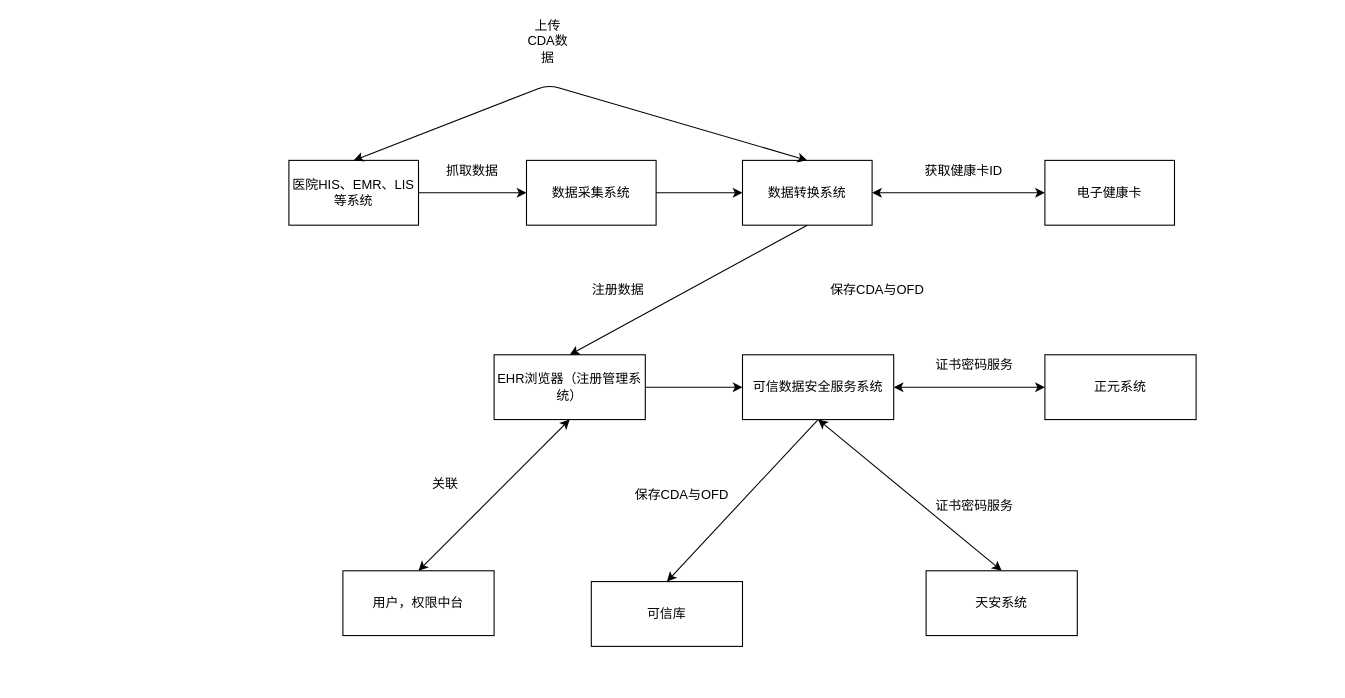
Earlier version of the draw.io diagram page "完整流程" (2 of 3) of source/易惠-加密一体机接口调阅流程.drawio (SmileCJX/processon). Source tidied: cells renumbered, new cells numbered last; positions are measured from the earlier drawing's top-left corner, leaving out a move shared by most shapes. Both pictures are drawn from the tidied source at 108%, with x=0, y=0 at pixel (288, 30).
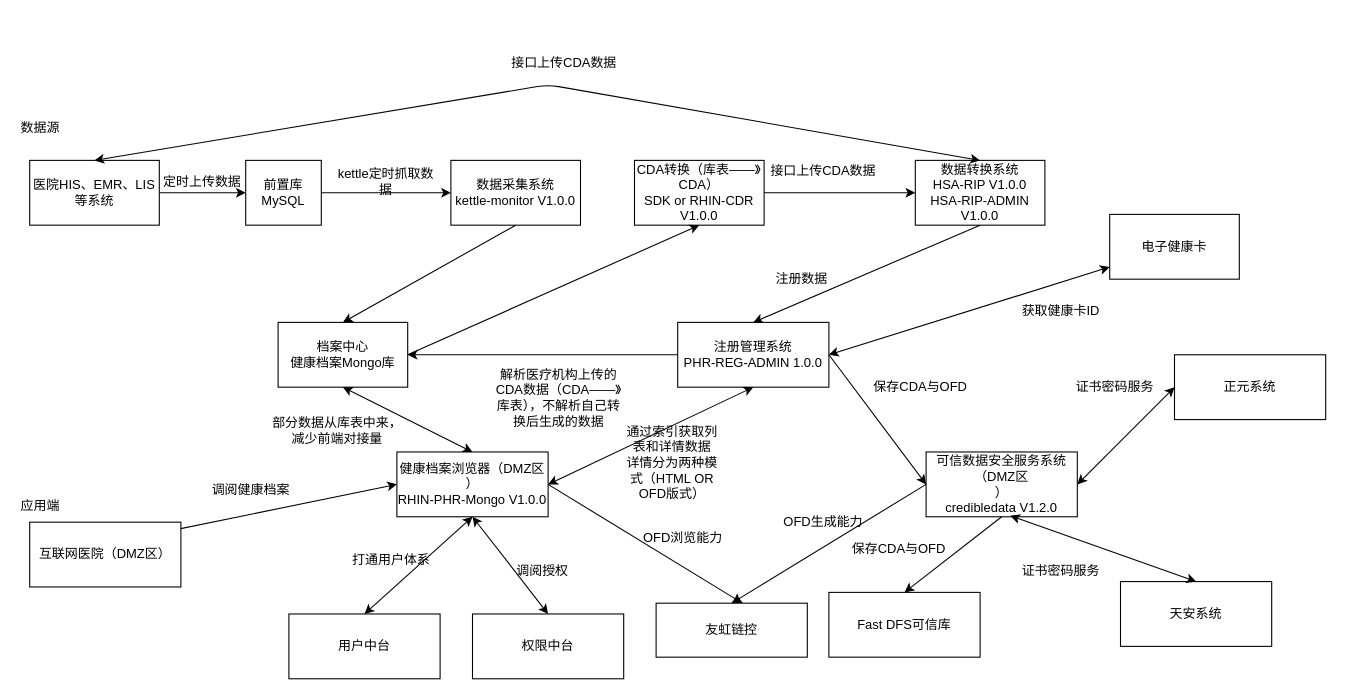
After the change.

What changed in the source:
```diff
@@
     <mxCell id="2" value="医院HIS、EMR、LIS等系统" style="rounded=0;whiteSpace=wrap;html=1;" parent="1" vertex="1">
-      <mxGeometry y="120" width="120" height="60" as="geometry" />
+      <mxGeometry x="-240" y="120" width="120" height="60" as="geometry" />
     </mxCell>
-    <mxCell id="3" value="数据采集系统" style="rounded=0;whiteSpace=wrap;html=1;" parent="1" vertex="1">
-      <mxGeometry x="220" y="120" width="120" height="60" as="geometry" />
+    <mxCell id="3" value="数据采集系统&lt;br&gt;kettle-monitor V1.0.0" style="rounded=0;whiteSpace=wrap;html=1;" parent="1" vertex="1">
+      <mxGeometry x="150" y="120" width="120" height="60" as="geometry" />
     </mxCell>
-    <mxCell id="4" value="数据转换系统" style="rounded=0;whiteSpace=wrap;html=1;" parent="1" vertex="1">
-      <mxGeometry x="420" y="120" width="120" height="60" as="geometry" />
+    <mxCell id="4" value="数据转换系统&lt;br&gt;HSA-RIP V1.0.0&lt;br&gt;HSA-RIP-ADMIN V1.0.0" style="rounded=0;whiteSpace=wrap;html=1;" parent="1" vertex="1">
+      <mxGeometry x="580" y="120" width="120" height="60" as="geometry" />
     </mxCell>
-    <mxCell id="5" style="endArrow=classic;html=1;exitX=1;exitY=0.5;exitDx=0;exitDy=0;entryX=0;entryY=0.5;entryDx=0;entryDy=0;" parent="1" edge="1" source="2" target="3">
+    <mxCell id="5" style="endArrow=classic;html=1;exitX=1;exitY=0.5;exitDx=0;exitDy=0;entryX=0;entryY=0.5;entryDx=0;entryDy=0;" parent="1" edge="1" source="2" target="45">
       <mxGeometry relative="1" as="geometry" />
     </mxCell>
-    <mxCell id="6" value="抓取数据" style="text;html=1;strokeColor=none;fillColor=none;align=center;verticalAlign=middle;whiteSpace=wrap;rounded=0;" parent="1" vertex="1">
-      <mxGeometry x="140" y="120" width="60" height="20" as="geometry" />
+    <mxCell id="6" value="kettle定时抓取数据" style="text;html=1;strokeColor=none;fillColor=none;align=center;verticalAlign=middle;whiteSpace=wrap;rounded=0;" parent="1" vertex="1">
+      <mxGeometry x="40" y="130" width="100" height="20" as="geometry" />
     </mxCell>
-    <mxCell id="7" style="endArrow=classic;html=1;exitX=1;exitY=0.5;exitDx=0;exitDy=0;entryX=0;entryY=0.5;entryDx=0;entryDy=0;" parent="1" edge="1" source="3" target="4">
+    <mxCell id="7" style="endArrow=classic;html=1;exitX=1;exitY=0.5;exitDx=0;exitDy=0;entryX=0;entryY=0.5;entryDx=0;entryDy=0;" parent="1" edge="1" source="32" target="4">
       <mxGeometry relative="1" as="geometry" />
     </mxCell>
-    <mxCell id="8" value="上传CDA数据" style="text;html=1;strokeColor=none;fillColor=none;align=center;verticalAlign=middle;whiteSpace=wrap;rounded=0;" parent="1" vertex="1">
-      <mxGeometry x="220" width="40" height="20" as="geometry" />
+    <mxCell id="8" value="接口上传CDA数据" style="text;html=1;strokeColor=none;fillColor=none;align=center;verticalAlign=middle;whiteSpace=wrap;rounded=0;" parent="1" vertex="1">
+      <mxGeometry x="190" y="20" width="130" height="20" as="geometry" />
     </mxCell>
@@
     <mxCell id="10" value="电子健康卡" style="rounded=0;whiteSpace=wrap;html=1;" parent="1" vertex="1">
-      <mxGeometry x="700" y="120" width="120" height="60" as="geometry" />
+      <mxGeometry x="760" y="170" width="120" height="60" as="geometry" />
     </mxCell>
-    <mxCell id="11" style="endArrow=classic;startArrow=classic;html=1;exitX=1;exitY=0.5;exitDx=0;exitDy=0;" parent="1" edge="1" source="4" target="10">
-      <mxGeometry relative="1" as="geometry" />
+    <mxCell id="11" style="endArrow=classic;startArrow=classic;html=1;" parent="1" edge="1" target="10">
+      <mxGeometry relative="1" as="geometry">
+        <mxPoint x="500" y="300" as="sourcePoint" />
+      </mxGeometry>
     </mxCell>
     <mxCell id="12" value="获取健康卡ID" style="text;html=1;strokeColor=none;fillColor=none;align=center;verticalAlign=middle;whiteSpace=wrap;rounded=0;" parent="1" vertex="1">
-      <mxGeometry x="580" y="120" width="90" height="20" as="geometry" />
+      <mxGeometry x="670" y="250" width="90" height="20" as="geometry" />
     </mxCell>
-    <mxCell id="13" value="可信数据安全服务系统" style="rounded=0;whiteSpace=wrap;html=1;" parent="1" vertex="1">
-      <mxGeometry x="420" y="300" width="140" height="60" as="geometry" />
+    <mxCell id="13" value="可信数据安全服务系统（DMZ区&lt;br&gt;）&lt;br&gt;credibledata V1.2.0" style="rounded=0;whiteSpace=wrap;html=1;" parent="1" vertex="1">
+      <mxGeometry x="590" y="390" width="140" height="60" as="geometry" />
     </mxCell>
-    <mxCell id="14" value="EHR浏览器（注册管理系统）" style="rounded=0;whiteSpace=wrap;html=1;" parent="1" vertex="1">
-      <mxGeometry x="190" y="300" width="140" height="60" as="geometry" />
+    <mxCell id="14" value="注册管理系统&lt;br&gt;PHR-REG-ADMIN 1.0.0" style="rounded=0;whiteSpace=wrap;html=1;" parent="1" vertex="1">
+      <mxGeometry x="360" y="270" width="140" height="60" as="geometry" />
     </mxCell>
@@
     <mxCell id="17" value="注册数据" style="text;html=1;strokeColor=none;fillColor=none;align=center;verticalAlign=middle;whiteSpace=wrap;rounded=0;" parent="1" vertex="1">
-      <mxGeometry x="260" y="230" width="90" height="20" as="geometry" />
+      <mxGeometry x="430" y="220" width="90" height="20" as="geometry" />
     </mxCell>
-    <mxCell id="18" value="保存CDA与OFD" style="text;html=1;strokeColor=none;fillColor=none;align=center;verticalAlign=middle;whiteSpace=wrap;rounded=0;" parent="1" vertex="1">
-      <mxGeometry x="500" y="230" width="90" height="20" as="geometry" />
-    </mxCell>
     <mxCell id="19" value="正元系统" style="rounded=0;whiteSpace=wrap;html=1;" parent="1" vertex="1">
-      <mxGeometry x="700" y="300" width="140" height="60" as="geometry" />
+      <mxGeometry x="820" y="300" width="140" height="60" as="geometry" />
     </mxCell>
@@
-    <mxCell id="21" value="可信库" style="rounded=0;whiteSpace=wrap;html=1;" parent="1" vertex="1">
-      <mxGeometry x="280" y="510" width="140" height="60" as="geometry" />
+    <mxCell id="21" value="Fast DFS可信库" style="rounded=0;whiteSpace=wrap;html=1;" parent="1" vertex="1">
+      <mxGeometry x="500" y="520" width="140" height="60" as="geometry" />
     </mxCell>
@@
     <mxCell id="23" value="天安系统" style="rounded=0;whiteSpace=wrap;html=1;" parent="1" vertex="1">
-      <mxGeometry x="590" y="500" width="140" height="60" as="geometry" />
+      <mxGeometry x="770" y="510" width="140" height="60" as="geometry" />
     </mxCell>
-    <mxCell id="24" style="endArrow=classic;startArrow=classic;html=1;exitX=0.5;exitY=0;exitDx=0;exitDy=0;" parent="1" edge="1" source="23">
-      <mxGeometry relative="1" as="geometry">
-        <mxPoint x="490" y="360" as="targetPoint" />
-      </mxGeometry>
+    <mxCell id="24" style="endArrow=classic;startArrow=classic;html=1;exitX=0.5;exitY=0;exitDx=0;exitDy=0;entryX=0.557;entryY=0.983;entryDx=0;entryDy=0;entryPerimeter=0;" parent="1" edge="1" source="23" target="13">
+      <mxGeometry relative="1" as="geometry" />
     </mxCell>
     <mxCell id="25" value="保存CDA与OFD" style="text;html=1;strokeColor=none;fillColor=none;align=center;verticalAlign=middle;whiteSpace=wrap;rounded=0;" parent="1" vertex="1">
-      <mxGeometry x="319" y="420" width="90" height="20" as="geometry" />
+      <mxGeometry x="540" y="320" width="90" height="20" as="geometry" />
     </mxCell>
     <mxCell id="26" value="证书密码服务" style="text;html=1;strokeColor=none;fillColor=none;align=center;verticalAlign=middle;whiteSpace=wrap;rounded=0;" parent="1" vertex="1">
-      <mxGeometry x="590" y="430" width="90" height="20" as="geometry" />
+      <mxGeometry x="670" y="490" width="90" height="20" as="geometry" />
     </mxCell>
-    <mxCell id="27" value="用户，权限中台" style="rounded=0;whiteSpace=wrap;html=1;" parent="1" vertex="1">
-      <mxGeometry x="50" y="500" width="140" height="60" as="geometry" />
+    <mxCell id="27" value="用户中台" style="rounded=0;whiteSpace=wrap;html=1;" parent="1" vertex="1">
+      <mxGeometry y="540" width="140" height="60" as="geometry" />
     </mxCell>
-    <mxCell id="28" style="endArrow=classic;startArrow=classic;html=1;exitX=0.5;exitY=0;exitDx=0;exitDy=0;entryX=0.5;entryY=1;entryDx=0;entryDy=0;" parent="1" edge="1" source="27" target="14">
+    <mxCell id="28" style="endArrow=classic;startArrow=classic;html=1;exitX=0.5;exitY=0;exitDx=0;exitDy=0;entryX=0.5;entryY=1;entryDx=0;entryDy=0;" parent="1" edge="1" source="27" target="31">
       <mxGeometry relative="1" as="geometry" />
     </mxCell>
-    <mxCell id="29" value="关联" style="text;html=1;strokeColor=none;fillColor=none;align=center;verticalAlign=middle;whiteSpace=wrap;rounded=0;" parent="1" vertex="1">
-      <mxGeometry x="100" y="410" width="90" height="20" as="geometry" />
+    <mxCell id="29" value="打通用户体系" style="text;html=1;strokeColor=none;fillColor=none;align=center;verticalAlign=middle;whiteSpace=wrap;rounded=0;" parent="1" vertex="1">
+      <mxGeometry x="50" y="480" width="90" height="20" as="geometry" />
     </mxCell>
     <mxCell id="30" value="证书密码服务" style="text;html=1;strokeColor=none;fillColor=none;align=center;verticalAlign=middle;whiteSpace=wrap;rounded=0;" parent="1" vertex="1">
-      <mxGeometry x="590" y="300" width="90" height="20" as="geometry" />
+      <mxGeometry x="720" y="320" width="90" height="20" as="geometry" />
     </mxCell>
+    <mxCell id="31" value="健康档案浏览器（DMZ区&lt;br&gt;）&lt;br&gt;RHIN-PHR-Mongo V1.0.0" style="rounded=0;whiteSpace=wrap;html=1;" parent="1" vertex="1">
+      <mxGeometry x="100" y="390" width="140" height="60" as="geometry" />
+    </mxCell>
+    <mxCell id="32" value="CDA转换（库表——》CDA）&lt;br&gt;SDK or RHIN-CDR V1.0.0" style="rounded=0;whiteSpace=wrap;html=1;" parent="1" vertex="1">
+      <mxGeometry x="320" y="120" width="120" height="60" as="geometry" />
+    </mxCell>
+    <mxCell id="33" style="endArrow=classic;html=1;exitX=0.5;exitY=1;exitDx=0;exitDy=0;entryX=0.5;entryY=0;entryDx=0;entryDy=0;" parent="1" edge="1" source="3" target="34">
+      <mxGeometry relative="1" as="geometry" />
+    </mxCell>
+    <mxCell id="34" value="档案中心&lt;br&gt;健康档案Mongo库" style="rounded=0;whiteSpace=wrap;html=1;" parent="1" vertex="1">
+      <mxGeometry x="-10" y="270" width="120" height="60" as="geometry" />
+    </mxCell>
+    <mxCell id="35" style="endArrow=classic;html=1;exitX=1;exitY=0.5;exitDx=0;exitDy=0;entryX=0.5;entryY=1;entryDx=0;entryDy=0;" parent="1" edge="1" source="34" target="32">
+      <mxGeometry relative="1" as="geometry" />
+    </mxCell>
+    <mxCell id="36" value="接口上传CDA数据" style="text;html=1;strokeColor=none;fillColor=none;align=center;verticalAlign=middle;whiteSpace=wrap;rounded=0;" parent="1" vertex="1">
+      <mxGeometry x="430" y="120" width="130" height="20" as="geometry" />
+    </mxCell>
+    <mxCell id="37" style="endArrow=classic;html=1;exitX=0;exitY=0.5;exitDx=0;exitDy=0;" parent="1" edge="1" source="14" target="34">
+      <mxGeometry relative="1" as="geometry" />
+    </mxCell>
+    <mxCell id="38" value="解析医疗机构上传的CDA数据（CDA——》库表），不解析自己转换后生成的数据" style="text;html=1;strokeColor=none;fillColor=none;align=center;verticalAlign=middle;whiteSpace=wrap;rounded=0;" parent="1" vertex="1">
+      <mxGeometry x="190" y="330" width="120" height="20" as="geometry" />
+    </mxCell>
+    <mxCell id="39" style="endArrow=classic;startArrow=classic;html=1;exitX=0.5;exitY=1;exitDx=0;exitDy=0;entryX=0.5;entryY=0;entryDx=0;entryDy=0;" parent="1" edge="1" source="34" target="31">
+      <mxGeometry relative="1" as="geometry" />
+    </mxCell>
+    <mxCell id="40" style="endArrow=classic;startArrow=classic;html=1;exitX=1;exitY=0.5;exitDx=0;exitDy=0;entryX=0.5;entryY=1;entryDx=0;entryDy=0;" parent="1" edge="1" source="31" target="14">
+      <mxGeometry relative="1" as="geometry" />
+    </mxCell>
+    <mxCell id="41" value="通过索引获取列表和详情数据&lt;br&gt;详情分为两种模式（HTML OR OFD版式）" style="text;html=1;strokeColor=none;fillColor=none;align=center;verticalAlign=middle;whiteSpace=wrap;rounded=0;" parent="1" vertex="1">
+      <mxGeometry x="310" y="390" width="90" height="20" as="geometry" />
+    </mxCell>
+    <mxCell id="18" value="保存CDA与OFD" style="text;html=1;strokeColor=none;fillColor=none;align=center;verticalAlign=middle;whiteSpace=wrap;rounded=0;" parent="1" vertex="1">
+      <mxGeometry x="520" y="470" width="90" height="20" as="geometry" />
+    </mxCell>
+    <mxCell id="42" value="权限中台" style="rounded=0;whiteSpace=wrap;html=1;" parent="1" vertex="1">
+      <mxGeometry x="170" y="540" width="140" height="60" as="geometry" />
+    </mxCell>
+    <mxCell id="43" style="endArrow=classic;startArrow=classic;html=1;" parent="1" edge="1">
+      <mxGeometry relative="1" as="geometry">
+        <mxPoint x="240" y="540" as="sourcePoint" />
+        <mxPoint x="170" y="450" as="targetPoint" />
+      </mxGeometry>
+    </mxCell>
+    <mxCell id="44" value="部分数据从库表中来，减少前端对接量" style="text;html=1;strokeColor=none;fillColor=none;align=center;verticalAlign=middle;whiteSpace=wrap;rounded=0;" parent="1" vertex="1">
+      <mxGeometry x="-20" y="360" width="130" height="20" as="geometry" />
+    </mxCell>
+    <mxCell id="45" value="前置库&lt;br&gt;MySQL" style="rounded=0;whiteSpace=wrap;html=1;" parent="1" vertex="1">
+      <mxGeometry x="-40" y="120" width="70" height="60" as="geometry" />
+    </mxCell>
+    <mxCell id="46" style="endArrow=classic;html=1;exitX=1;exitY=0.5;exitDx=0;exitDy=0;entryX=0;entryY=0.5;entryDx=0;entryDy=0;" parent="1" edge="1" source="45" target="3">
+      <mxGeometry relative="1" as="geometry" />
+    </mxCell>
+    <mxCell id="47" value="定时上传数据" style="text;html=1;strokeColor=none;fillColor=none;align=center;verticalAlign=middle;whiteSpace=wrap;rounded=0;" parent="1" vertex="1">
+      <mxGeometry x="-130" y="130" width="100" height="20" as="geometry" />
+    </mxCell>
+    <mxCell id="48" value="调阅授权" style="text;html=1;strokeColor=none;fillColor=none;align=center;verticalAlign=middle;whiteSpace=wrap;rounded=0;" parent="1" vertex="1">
+      <mxGeometry x="190" y="490" width="90" height="20" as="geometry" />
+    </mxCell>
+    <mxCell id="49" style="endArrow=classic;startArrow=classic;html=1;entryX=1;entryY=0.5;entryDx=0;entryDy=0;" parent="1" edge="1">
+      <mxGeometry relative="1" as="geometry">
+        <mxPoint x="100" y="420" as="sourcePoint" />
+        <mxPoint x="-120" y="465" as="targetPoint" />
+      </mxGeometry>
+    </mxCell>
+    <mxCell id="50" value="调阅健康档案" style="text;html=1;strokeColor=none;fillColor=none;align=center;verticalAlign=middle;whiteSpace=wrap;rounded=0;" parent="1" vertex="1">
+      <mxGeometry x="-80" y="415" width="90" height="20" as="geometry" />
+    </mxCell>
+    <mxCell id="51" value="互联网医院（DMZ区）" style="rounded=0;whiteSpace=wrap;html=1;" parent="1" vertex="1">
+      <mxGeometry x="-240" y="455" width="140" height="60" as="geometry" />
+    </mxCell>
+    <mxCell id="52" value="友虹链控" style="rounded=0;whiteSpace=wrap;html=1;" parent="1" vertex="1">
+      <mxGeometry x="340" y="530" width="140" height="50" as="geometry" />
+    </mxCell>
+    <mxCell id="53" style="endArrow=classic;html=1;exitX=0;exitY=0.5;exitDx=0;exitDy=0;entryX=0.5;entryY=0;entryDx=0;entryDy=0;" parent="1" edge="1" source="13" target="52">
+      <mxGeometry relative="1" as="geometry" />
+    </mxCell>
+    <mxCell id="54" value="OFD生成能力" style="text;html=1;strokeColor=none;fillColor=none;align=center;verticalAlign=middle;whiteSpace=wrap;rounded=0;" parent="1" vertex="1">
+      <mxGeometry x="450" y="445" width="90" height="20" as="geometry" />
+    </mxCell>
+    <mxCell id="55" style="edgeStyle=orthogonalEdgeStyle;rounded=0;orthogonalLoop=1;jettySize=auto;html=1;exitX=0.5;exitY=1;exitDx=0;exitDy=0;" parent="1" edge="1" source="54" target="54">
+      <mxGeometry relative="1" as="geometry" />
+    </mxCell>
+    <mxCell id="56" value="数据源" style="text;html=1;strokeColor=none;fillColor=none;align=center;verticalAlign=middle;whiteSpace=wrap;rounded=0;" parent="1" vertex="1">
+      <mxGeometry x="-250" y="80" width="40" height="20" as="geometry" />
+    </mxCell>
+    <mxCell id="57" value="应用端" style="text;html=1;strokeColor=none;fillColor=none;align=center;verticalAlign=middle;whiteSpace=wrap;rounded=0;" parent="1" vertex="1">
+      <mxGeometry x="-250" y="430" width="40" height="20" as="geometry" />
+    </mxCell>
+    <mxCell id="58" style="endArrow=classic;html=1;exitX=1;exitY=0.5;exitDx=0;exitDy=0;" parent="1" edge="1" source="31">
+      <mxGeometry relative="1" as="geometry">
+        <mxPoint x="420" y="530" as="targetPoint" />
+      </mxGeometry>
+    </mxCell>
+    <mxCell id="59" value="OFD浏览能力" style="text;html=1;strokeColor=none;fillColor=none;align=center;verticalAlign=middle;whiteSpace=wrap;rounded=0;" parent="1" vertex="1">
+      <mxGeometry x="320" y="460" width="90" height="20" as="geometry" />
+    </mxCell>
```
